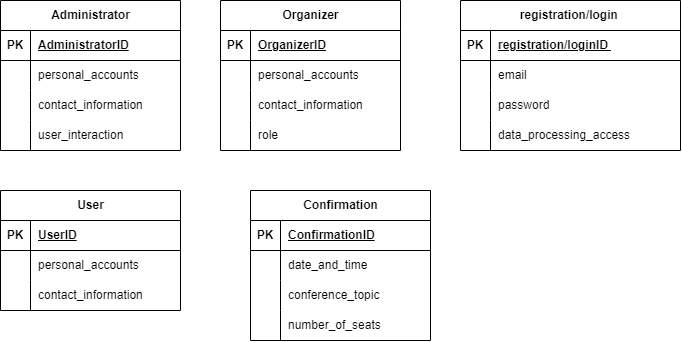
This is Диаграмма научной конфиренции.drawio.png from makatom15/scientific-conference-, a draw.io export, as it was before one commit. Source tidied: cells renumbered, new cells last; positions are measured from the earlier drawing's top-left corner, leaving out a move shared by most shapes.
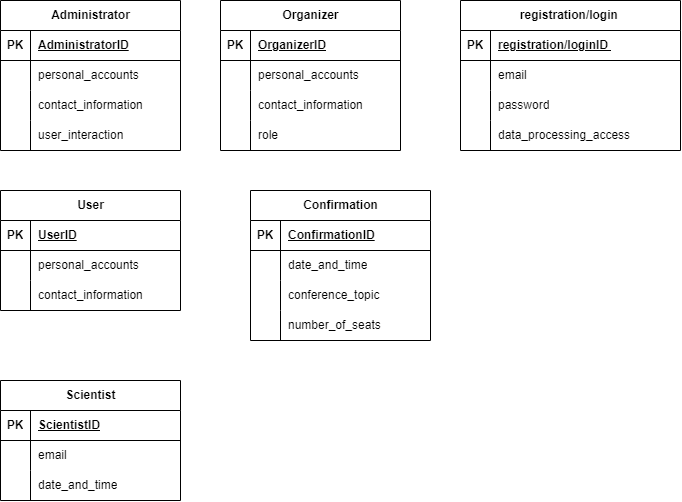
The same diagram one commit later.

Change to the diagram source:
```diff
@@ -188,5 +188,35 @@
     <mxCell id="63" value="data_processing_access" style="shape=partialRectangle;fillColor=none;top=0;left=0;bottom=0;right=0;align=left;spacingLeft=6;overflow=hidden;whiteSpace=wrap;html=1;" parent="61" vertex="1">
       <mxGeometry x="30" width="190" height="30" as="geometry" />
     </mxCell>
+    <mxCell id="64" value="Scientist" style="shape=table;startSize=30;rowLines=0;fontStyle=1;align=center;html=1;" parent="1" vertex="1">
+      <mxGeometry y="380" width="180" height="120" as="geometry" />
+    </mxCell>
+    <mxCell id="65" style="shape=tableRow;horizontal=0;startSize=0;swimlaneHead=0;swimlaneBody=0;fillColor=none;top=0;left=0;right=0;bottom=1;" parent="64" vertex="1">
+      <mxGeometry y="30" width="180" height="30" as="geometry" />
+    </mxCell>
+    <mxCell id="66" value="PK" style="shape=partialRectangle;fillColor=none;top=0;left=0;bottom=0;right=0;fontStyle=1;overflow=hidden;whiteSpace=wrap;html=1;" parent="65" vertex="1">
+      <mxGeometry width="30" height="30" as="geometry" />
+    </mxCell>
+    <mxCell id="67" value="ScientistID" style="shape=partialRectangle;fillColor=none;top=0;left=0;bottom=0;right=0;align=left;spacingLeft=6;fontStyle=5;overflow=hidden;whiteSpace=wrap;html=1;" parent="65" vertex="1">
+      <mxGeometry x="30" width="150" height="30" as="geometry" />
+    </mxCell>
+    <mxCell id="68" style="shape=tableRow;horizontal=0;startSize=0;swimlaneHead=0;swimlaneBody=0;fillColor=none;top=0;left=0;right=0;bottom=0;" parent="64" vertex="1">
+      <mxGeometry y="60" width="180" height="30" as="geometry" />
+    </mxCell>
+    <mxCell id="69" style="shape=partialRectangle;fillColor=none;top=0;left=0;bottom=0;right=0;overflow=hidden;whiteSpace=wrap;html=1;" parent="68" vertex="1">
+      <mxGeometry width="30" height="30" as="geometry" />
+    </mxCell>
+    <mxCell id="70" value="email" style="shape=partialRectangle;fillColor=none;top=0;left=0;bottom=0;right=0;align=left;spacingLeft=6;overflow=hidden;whiteSpace=wrap;html=1;" parent="68" vertex="1">
+      <mxGeometry x="30" width="150" height="30" as="geometry" />
+    </mxCell>
+    <mxCell id="71" style="shape=tableRow;horizontal=0;startSize=0;swimlaneHead=0;swimlaneBody=0;fillColor=none;top=0;left=0;right=0;bottom=0;" parent="64" vertex="1">
+      <mxGeometry y="90" width="180" height="30" as="geometry" />
+    </mxCell>
+    <mxCell id="72" style="shape=partialRectangle;fillColor=none;top=0;left=0;bottom=0;right=0;overflow=hidden;whiteSpace=wrap;html=1;" parent="71" vertex="1">
+      <mxGeometry width="30" height="30" as="geometry" />
+    </mxCell>
+    <mxCell id="73" value="date_and_time" style="shape=partialRectangle;fillColor=none;top=0;left=0;bottom=0;right=0;align=left;spacingLeft=6;overflow=hidden;whiteSpace=wrap;html=1;" parent="71" vertex="1">
+      <mxGeometry x="30" width="150" height="30" as="geometry" />
+    </mxCell>
   </root>
 </mxGraphModel>
```
